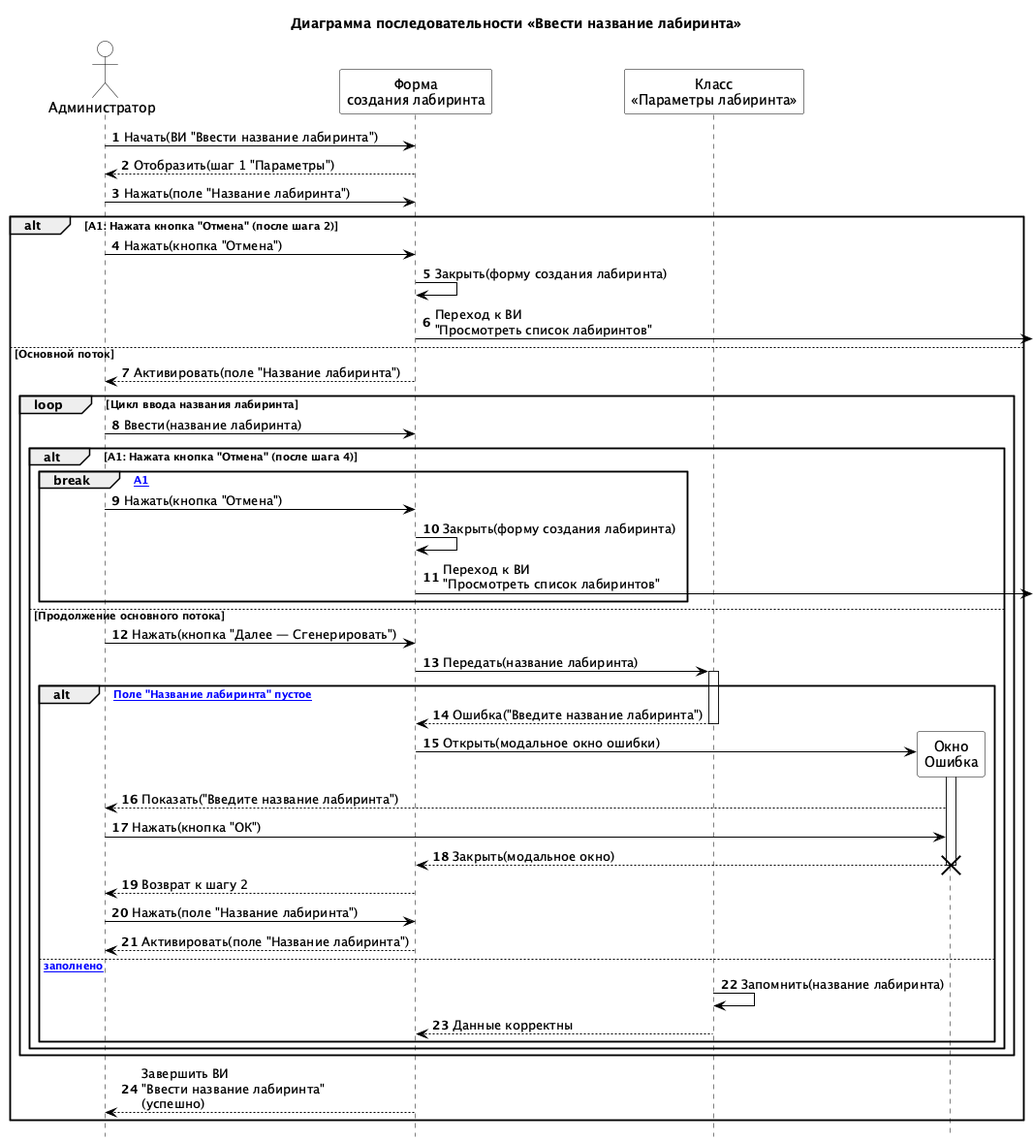
This is diagrams/sequence/name-input.png from ozcnii/software-engineering, a PlantUML export, as it was before one commit. Source of this version:
```plantuml
@startuml
title Диаграмма последовательности «Ввести название лабиринта»
autonumber
hide footbox

skinparam backgroundColor #FFFFFF
skinparam sequence {
  ArrowColor #000000
  LifeLineBorderColor #000000
  LifeLineBackgroundColor #FFFFFF
  ParticipantBorderColor #000000
  ParticipantBackgroundColor #FFFFFF
  ActorBorderColor #000000
  ActorBackgroundColor #FFFFFF
}

actor "Администратор" as Admin
participant "Форма\nсоздания лабиринта" as CreateForm
participant "Класс\n«Параметры лабиринта»" as MazeParams
participant "Окно\nОшибка" as ErrorDialog

Admin -> CreateForm: Начать(ВИ "Ввести название лабиринта")
CreateForm --> Admin: Отобразить(шаг 1 "Параметры")
Admin -> CreateForm: Нажать(поле "Название лабиринта")

alt A1: Нажата кнопка "Отмена" (после шага 2)
  Admin -> CreateForm: Нажать(кнопка "Отмена")
  CreateForm -> CreateForm: Закрыть(форму создания лабиринта)
  CreateForm ->] : Переход к ВИ\n"Просмотреть список лабиринтов"
else Основной поток
  CreateForm --> Admin: Активировать(поле "Название лабиринта")
  loop Цикл ввода названия лабиринта
    Admin -> CreateForm: Ввести(название лабиринта)

    alt A1: Нажата кнопка "Отмена" (после шага 4)
      break [A1]
        Admin -> CreateForm: Нажать(кнопка "Отмена")
        CreateForm -> CreateForm: Закрыть(форму создания лабиринта)
        CreateForm ->] : Переход к ВИ\n"Просмотреть список лабиринтов"
      end
    else Продолжение основного потока
      Admin -> CreateForm: Нажать(кнопка "Далее — Сгенерировать")
      CreateForm -> MazeParams: Передать(название лабиринта)
      activate MazeParams

      alt [A2: Поле "Название лабиринта" пустое]
        MazeParams --> CreateForm: Ошибка("Введите название лабиринта")
        deactivate MazeParams

        create ErrorDialog
        CreateForm -> ErrorDialog: Открыть(модальное окно ошибки)
        activate ErrorDialog
        ErrorDialog --> Admin: Показать("Введите название лабиринта")
        Admin -> ErrorDialog: Нажать(кнопка "ОК")
        ErrorDialog --> CreateForm: Закрыть(модальное окно)
        deactivate ErrorDialog
        destroy ErrorDialog

        CreateForm --> Admin: Возврат к шагу 2
        Admin -> CreateForm: Нажать(поле "Название лабиринта")
        CreateForm --> Admin: Активировать(поле "Название лабиринта")
      else [Название заполнено]
        MazeParams -> MazeParams: Запомнить(название лабиринта)
        MazeParams --> CreateForm: Данные корректны
        deactivate MazeParams
      end
    end
  end

  CreateForm --> Admin: Завершить ВИ\n"Ввести название лабиринта"\n(успешно)
end

@enduml
```
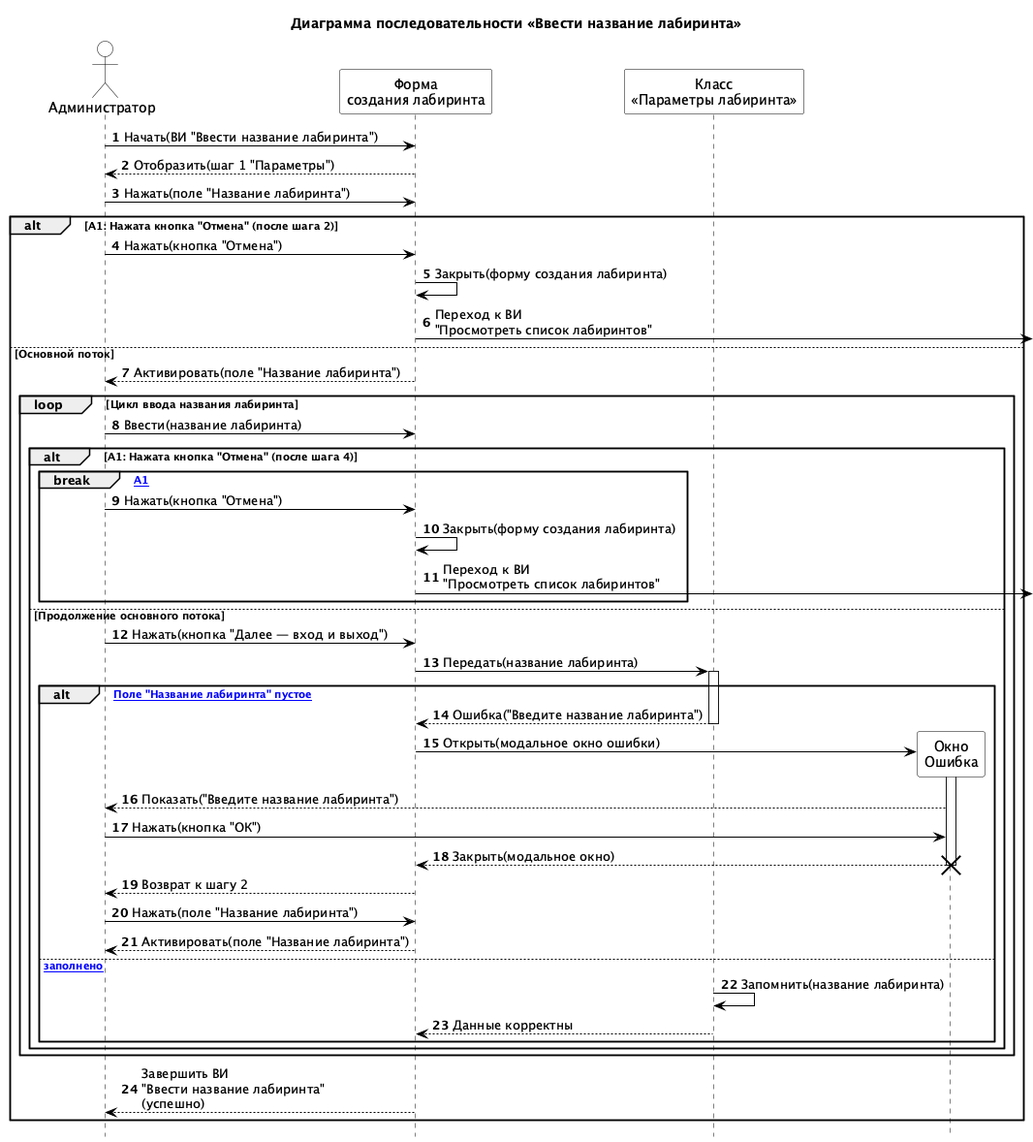
The same diagram one commit later.

What changed in the source:
```diff
@@ -39,7 +39,7 @@
         CreateForm ->] : Переход к ВИ\n"Просмотреть список лабиринтов"
       end
     else Продолжение основного потока
-      Admin -> CreateForm: Нажать(кнопка "Далее — Сгенерировать")
+      Admin -> CreateForm: Нажать(кнопка "Далее — вход и выход")
       CreateForm -> MazeParams: Передать(название лабиринта)
       activate MazeParams
 
```
